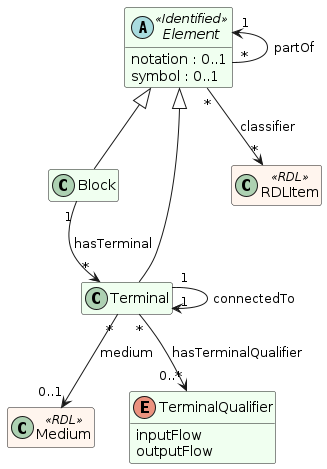
This is out/owl/imf-ontology-elements.png from imf-lab/imf-ontology-semweb, a PlantUML export, as it was before one commit.
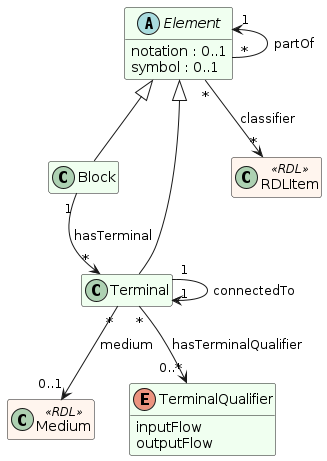
The same diagram one commit later.

What changed in the source:
```diff
@@ -9,7 +9,7 @@
 
 
 
-abstract class Element << Identified >> {
+abstract class Element {
   notation : 0..1
   symbol : 0..1
 }
```
